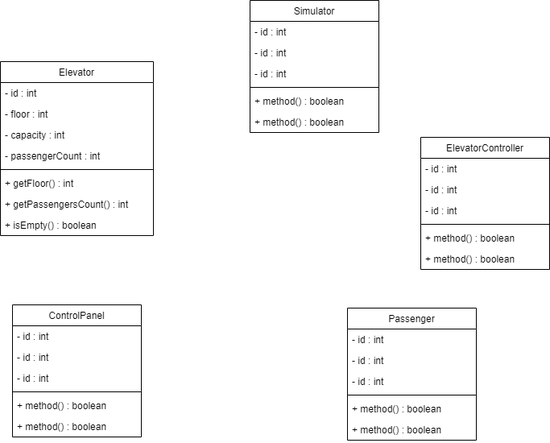
The draw.io diagram javaBasics-Patika.dev/oop/elevatorSimulationSystem.png in emreyldrm/Course, before a commit. Source tidied: cells renumbered, new cells last; positions are measured from the earlier drawing's top-left corner, leaving out a move shared by most shapes.
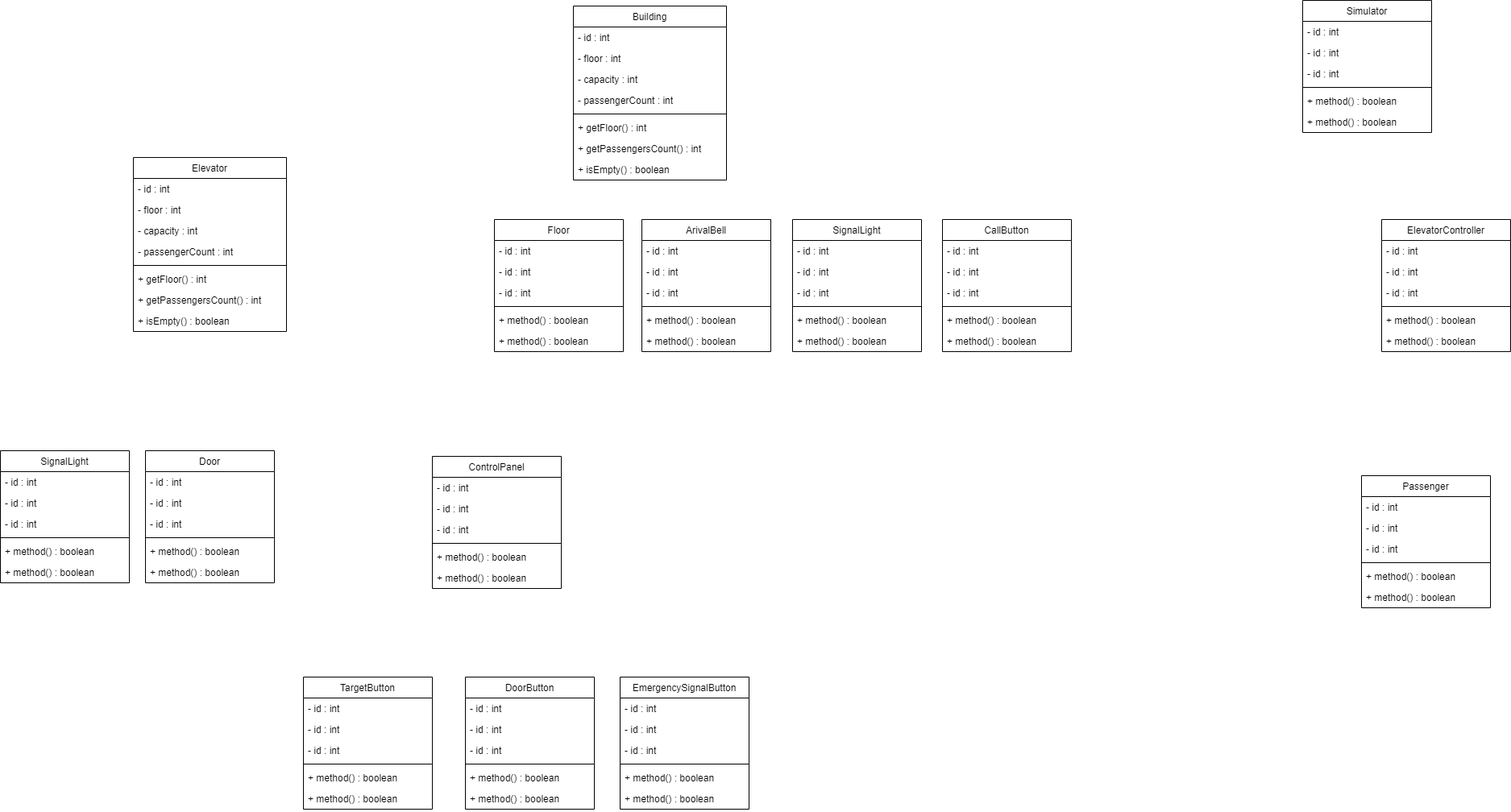
After the commit.

Commit message:
update elevator uml

What changed in the source:
```diff
@@ -3,7 +3,7 @@
     <mxCell id="0" />
     <mxCell id="1" parent="0" />
     <mxCell id="2" value="Elevator" style="swimlane;fontStyle=0;align=center;verticalAlign=top;horizontal=1;startSize=26;rounded=0;shadow=0;strokeWidth=1;" parent="1" vertex="1">
-      <mxGeometry y="76" width="190" height="216" as="geometry" />
+      <mxGeometry x="-795" y="-12" width="190" height="216" as="geometry" />
     </mxCell>
     <mxCell id="3" value="- id : int" style="text;align=left;verticalAlign=top;spacingLeft=4;spacingRight=4;overflow=hidden;" parent="2" vertex="1">
       <mxGeometry y="26" width="190" height="26" as="geometry" />
@@ -30,7 +30,7 @@
       <mxGeometry y="190" width="190" height="26" as="geometry" />
     </mxCell>
     <mxCell id="11" value="Passenger" style="swimlane;fontStyle=0;align=center;verticalAlign=top;horizontal=1;startSize=26;rounded=0;shadow=0;strokeWidth=1;" parent="1" vertex="1">
-      <mxGeometry x="431" y="382" width="160" height="164" as="geometry" />
+      <mxGeometry x="729" y="383" width="160" height="164" as="geometry" />
     </mxCell>
     <mxCell id="12" value="- id : int" style="text;align=left;verticalAlign=top;spacingLeft=4;spacingRight=4;overflow=hidden;" parent="11" vertex="1">
       <mxGeometry y="26" width="160" height="26" as="geometry" />
@@ -51,7 +51,7 @@
       <mxGeometry y="138" width="160" height="26" as="geometry" />
     </mxCell>
     <mxCell id="18" value="ControlPanel" style="swimlane;fontStyle=0;align=center;verticalAlign=top;horizontal=1;startSize=26;rounded=0;shadow=0;strokeWidth=1;" parent="1" vertex="1">
-      <mxGeometry x="15" y="378" width="160" height="164" as="geometry" />
+      <mxGeometry x="-424" y="359" width="160" height="164" as="geometry" />
     </mxCell>
     <mxCell id="19" value="- id : int" style="text;align=left;verticalAlign=top;spacingLeft=4;spacingRight=4;overflow=hidden;" parent="18" vertex="1">
       <mxGeometry y="26" width="160" height="26" as="geometry" />
@@ -72,7 +72,7 @@
       <mxGeometry y="138" width="160" height="26" as="geometry" />
     </mxCell>
     <mxCell id="25" value="ElevatorController" style="swimlane;fontStyle=0;align=center;verticalAlign=top;horizontal=1;startSize=26;rounded=0;shadow=0;strokeWidth=1;" parent="1" vertex="1">
-      <mxGeometry x="522" y="170" width="160" height="164" as="geometry" />
+      <mxGeometry x="754" y="65" width="160" height="164" as="geometry" />
     </mxCell>
     <mxCell id="26" value="- id : int" style="text;align=left;verticalAlign=top;spacingLeft=4;spacingRight=4;overflow=hidden;" parent="25" vertex="1">
       <mxGeometry y="26" width="160" height="26" as="geometry" />
@@ -93,7 +93,7 @@
       <mxGeometry y="138" width="160" height="26" as="geometry" />
     </mxCell>
     <mxCell id="32" value="Simulator" style="swimlane;fontStyle=0;align=center;verticalAlign=top;horizontal=1;startSize=26;rounded=0;shadow=0;strokeWidth=1;" parent="1" vertex="1">
-      <mxGeometry x="310" width="160" height="164" as="geometry" />
+      <mxGeometry x="656" y="-207" width="160" height="164" as="geometry" />
     </mxCell>
     <mxCell id="33" value="- id : int" style="text;align=left;verticalAlign=top;spacingLeft=4;spacingRight=4;overflow=hidden;" parent="32" vertex="1">
       <mxGeometry y="26" width="160" height="26" as="geometry" />
@@ -113,5 +113,221 @@
     <mxCell id="38" value="+ method() : boolean" style="text;align=left;verticalAlign=top;spacingLeft=4;spacingRight=4;overflow=hidden;" parent="32" vertex="1">
       <mxGeometry y="138" width="160" height="26" as="geometry" />
     </mxCell>
+    <mxCell id="39" value="SignalLight" style="swimlane;fontStyle=0;align=center;verticalAlign=top;horizontal=1;startSize=26;rounded=0;shadow=0;strokeWidth=1;" parent="1" vertex="1">
+      <mxGeometry x="-960" y="352" width="160" height="164" as="geometry" />
+    </mxCell>
+    <mxCell id="40" value="- id : int" style="text;align=left;verticalAlign=top;spacingLeft=4;spacingRight=4;overflow=hidden;" parent="39" vertex="1">
+      <mxGeometry y="26" width="160" height="26" as="geometry" />
+    </mxCell>
+    <mxCell id="41" value="- id : int" style="text;align=left;verticalAlign=top;spacingLeft=4;spacingRight=4;overflow=hidden;" parent="39" vertex="1">
+      <mxGeometry y="52" width="160" height="26" as="geometry" />
+    </mxCell>
+    <mxCell id="42" value="- id : int" style="text;align=left;verticalAlign=top;spacingLeft=4;spacingRight=4;overflow=hidden;" parent="39" vertex="1">
+      <mxGeometry y="78" width="160" height="26" as="geometry" />
+    </mxCell>
+    <mxCell id="43" style="line;html=1;strokeWidth=1;align=left;verticalAlign=middle;spacingTop=-1;spacingLeft=3;spacingRight=3;labelPosition=right;" parent="39" vertex="1">
+      <mxGeometry y="104" width="160" height="8" as="geometry" />
+    </mxCell>
+    <mxCell id="44" value="+ method() : boolean" style="text;align=left;verticalAlign=top;spacingLeft=4;spacingRight=4;overflow=hidden;" parent="39" vertex="1">
+      <mxGeometry y="112" width="160" height="26" as="geometry" />
+    </mxCell>
+    <mxCell id="45" value="+ method() : boolean" style="text;align=left;verticalAlign=top;spacingLeft=4;spacingRight=4;overflow=hidden;" parent="39" vertex="1">
+      <mxGeometry y="138" width="160" height="26" as="geometry" />
+    </mxCell>
+    <mxCell id="46" value="Door" style="swimlane;fontStyle=0;align=center;verticalAlign=top;horizontal=1;startSize=26;rounded=0;shadow=0;strokeWidth=1;" parent="1" vertex="1">
+      <mxGeometry x="-780" y="352" width="160" height="164" as="geometry" />
+    </mxCell>
+    <mxCell id="47" value="- id : int" style="text;align=left;verticalAlign=top;spacingLeft=4;spacingRight=4;overflow=hidden;" parent="46" vertex="1">
+      <mxGeometry y="26" width="160" height="26" as="geometry" />
+    </mxCell>
+    <mxCell id="48" value="- id : int" style="text;align=left;verticalAlign=top;spacingLeft=4;spacingRight=4;overflow=hidden;" parent="46" vertex="1">
+      <mxGeometry y="52" width="160" height="26" as="geometry" />
+    </mxCell>
+    <mxCell id="49" value="- id : int" style="text;align=left;verticalAlign=top;spacingLeft=4;spacingRight=4;overflow=hidden;" parent="46" vertex="1">
+      <mxGeometry y="78" width="160" height="26" as="geometry" />
+    </mxCell>
+    <mxCell id="50" style="line;html=1;strokeWidth=1;align=left;verticalAlign=middle;spacingTop=-1;spacingLeft=3;spacingRight=3;labelPosition=right;" parent="46" vertex="1">
+      <mxGeometry y="104" width="160" height="8" as="geometry" />
+    </mxCell>
+    <mxCell id="51" value="+ method() : boolean" style="text;align=left;verticalAlign=top;spacingLeft=4;spacingRight=4;overflow=hidden;" parent="46" vertex="1">
+      <mxGeometry y="112" width="160" height="26" as="geometry" />
+    </mxCell>
+    <mxCell id="52" value="+ method() : boolean" style="text;align=left;verticalAlign=top;spacingLeft=4;spacingRight=4;overflow=hidden;" parent="46" vertex="1">
+      <mxGeometry y="138" width="160" height="26" as="geometry" />
+    </mxCell>
+    <mxCell id="53" value="Building" style="swimlane;fontStyle=0;align=center;verticalAlign=top;horizontal=1;startSize=26;rounded=0;shadow=0;strokeWidth=1;" parent="1" vertex="1">
+      <mxGeometry x="-249" y="-200" width="190" height="216" as="geometry" />
+    </mxCell>
+    <mxCell id="54" value="- id : int" style="text;align=left;verticalAlign=top;spacingLeft=4;spacingRight=4;overflow=hidden;" parent="53" vertex="1">
+      <mxGeometry y="26" width="190" height="26" as="geometry" />
+    </mxCell>
+    <mxCell id="55" value="- floor : int" style="text;align=left;verticalAlign=top;spacingLeft=4;spacingRight=4;overflow=hidden;" parent="53" vertex="1">
+      <mxGeometry y="52" width="190" height="26" as="geometry" />
+    </mxCell>
+    <mxCell id="56" value="- capacity : int" style="text;align=left;verticalAlign=top;spacingLeft=4;spacingRight=4;overflow=hidden;" parent="53" vertex="1">
+      <mxGeometry y="78" width="190" height="26" as="geometry" />
+    </mxCell>
+    <mxCell id="57" value="- passengerCount : int" style="text;align=left;verticalAlign=top;spacingLeft=4;spacingRight=4;overflow=hidden;" parent="53" vertex="1">
+      <mxGeometry y="104" width="190" height="26" as="geometry" />
+    </mxCell>
+    <mxCell id="58" style="line;html=1;strokeWidth=1;align=left;verticalAlign=middle;spacingTop=-1;spacingLeft=3;spacingRight=3;labelPosition=right;" parent="53" vertex="1">
+      <mxGeometry y="130" width="190" height="8" as="geometry" />
+    </mxCell>
+    <mxCell id="59" value="+ getFloor() : int" style="text;align=left;verticalAlign=top;spacingLeft=4;spacingRight=4;overflow=hidden;" parent="53" vertex="1">
+      <mxGeometry y="138" width="190" height="26" as="geometry" />
+    </mxCell>
+    <mxCell id="60" value="+ getPassengersCount() : int" style="text;align=left;verticalAlign=top;spacingLeft=4;spacingRight=4;overflow=hidden;" parent="53" vertex="1">
+      <mxGeometry y="164" width="190" height="26" as="geometry" />
+    </mxCell>
+    <mxCell id="61" value="+ isEmpty() : boolean" style="text;align=left;verticalAlign=top;spacingLeft=4;spacingRight=4;overflow=hidden;" parent="53" vertex="1">
+      <mxGeometry y="190" width="190" height="26" as="geometry" />
+    </mxCell>
+    <mxCell id="62" value="Floor" style="swimlane;fontStyle=0;align=center;verticalAlign=top;horizontal=1;startSize=26;rounded=0;shadow=0;strokeWidth=1;" parent="1" vertex="1">
+      <mxGeometry x="-347" y="65" width="160" height="164" as="geometry" />
+    </mxCell>
+    <mxCell id="63" value="- id : int" style="text;align=left;verticalAlign=top;spacingLeft=4;spacingRight=4;overflow=hidden;" parent="62" vertex="1">
+      <mxGeometry y="26" width="160" height="26" as="geometry" />
+    </mxCell>
+    <mxCell id="64" value="- id : int" style="text;align=left;verticalAlign=top;spacingLeft=4;spacingRight=4;overflow=hidden;" parent="62" vertex="1">
+      <mxGeometry y="52" width="160" height="26" as="geometry" />
+    </mxCell>
+    <mxCell id="65" value="- id : int" style="text;align=left;verticalAlign=top;spacingLeft=4;spacingRight=4;overflow=hidden;" parent="62" vertex="1">
+      <mxGeometry y="78" width="160" height="26" as="geometry" />
+    </mxCell>
+    <mxCell id="66" style="line;html=1;strokeWidth=1;align=left;verticalAlign=middle;spacingTop=-1;spacingLeft=3;spacingRight=3;labelPosition=right;" parent="62" vertex="1">
+      <mxGeometry y="104" width="160" height="8" as="geometry" />
+    </mxCell>
+    <mxCell id="67" value="+ method() : boolean" style="text;align=left;verticalAlign=top;spacingLeft=4;spacingRight=4;overflow=hidden;" parent="62" vertex="1">
+      <mxGeometry y="112" width="160" height="26" as="geometry" />
+    </mxCell>
+    <mxCell id="68" value="+ method() : boolean" style="text;align=left;verticalAlign=top;spacingLeft=4;spacingRight=4;overflow=hidden;" parent="62" vertex="1">
+      <mxGeometry y="138" width="160" height="26" as="geometry" />
+    </mxCell>
+    <mxCell id="69" value="TargetButton" style="swimlane;fontStyle=0;align=center;verticalAlign=top;horizontal=1;startSize=26;rounded=0;shadow=0;strokeWidth=1;" parent="1" vertex="1">
+      <mxGeometry x="-584" y="633" width="160" height="164" as="geometry" />
+    </mxCell>
+    <mxCell id="70" value="- id : int" style="text;align=left;verticalAlign=top;spacingLeft=4;spacingRight=4;overflow=hidden;" parent="69" vertex="1">
+      <mxGeometry y="26" width="160" height="26" as="geometry" />
+    </mxCell>
+    <mxCell id="71" value="- id : int" style="text;align=left;verticalAlign=top;spacingLeft=4;spacingRight=4;overflow=hidden;" parent="69" vertex="1">
+      <mxGeometry y="52" width="160" height="26" as="geometry" />
+    </mxCell>
+    <mxCell id="72" value="- id : int" style="text;align=left;verticalAlign=top;spacingLeft=4;spacingRight=4;overflow=hidden;" parent="69" vertex="1">
+      <mxGeometry y="78" width="160" height="26" as="geometry" />
+    </mxCell>
+    <mxCell id="73" style="line;html=1;strokeWidth=1;align=left;verticalAlign=middle;spacingTop=-1;spacingLeft=3;spacingRight=3;labelPosition=right;" parent="69" vertex="1">
+      <mxGeometry y="104" width="160" height="8" as="geometry" />
+    </mxCell>
+    <mxCell id="74" value="+ method() : boolean" style="text;align=left;verticalAlign=top;spacingLeft=4;spacingRight=4;overflow=hidden;" parent="69" vertex="1">
+      <mxGeometry y="112" width="160" height="26" as="geometry" />
+    </mxCell>
+    <mxCell id="75" value="+ method() : boolean" style="text;align=left;verticalAlign=top;spacingLeft=4;spacingRight=4;overflow=hidden;" parent="69" vertex="1">
+      <mxGeometry y="138" width="160" height="26" as="geometry" />
+    </mxCell>
+    <mxCell id="76" value="DoorButton" style="swimlane;fontStyle=0;align=center;verticalAlign=top;horizontal=1;startSize=26;rounded=0;shadow=0;strokeWidth=1;" parent="1" vertex="1">
+      <mxGeometry x="-383" y="633" width="160" height="164" as="geometry" />
+    </mxCell>
+    <mxCell id="77" value="- id : int" style="text;align=left;verticalAlign=top;spacingLeft=4;spacingRight=4;overflow=hidden;" parent="76" vertex="1">
+      <mxGeometry y="26" width="160" height="26" as="geometry" />
+    </mxCell>
+    <mxCell id="78" value="- id : int" style="text;align=left;verticalAlign=top;spacingLeft=4;spacingRight=4;overflow=hidden;" parent="76" vertex="1">
+      <mxGeometry y="52" width="160" height="26" as="geometry" />
+    </mxCell>
+    <mxCell id="79" value="- id : int" style="text;align=left;verticalAlign=top;spacingLeft=4;spacingRight=4;overflow=hidden;" parent="76" vertex="1">
+      <mxGeometry y="78" width="160" height="26" as="geometry" />
+    </mxCell>
+    <mxCell id="80" style="line;html=1;strokeWidth=1;align=left;verticalAlign=middle;spacingTop=-1;spacingLeft=3;spacingRight=3;labelPosition=right;" parent="76" vertex="1">
+      <mxGeometry y="104" width="160" height="8" as="geometry" />
+    </mxCell>
+    <mxCell id="81" value="+ method() : boolean" style="text;align=left;verticalAlign=top;spacingLeft=4;spacingRight=4;overflow=hidden;" parent="76" vertex="1">
+      <mxGeometry y="112" width="160" height="26" as="geometry" />
+    </mxCell>
+    <mxCell id="82" value="+ method() : boolean" style="text;align=left;verticalAlign=top;spacingLeft=4;spacingRight=4;overflow=hidden;" parent="76" vertex="1">
+      <mxGeometry y="138" width="160" height="26" as="geometry" />
+    </mxCell>
+    <mxCell id="83" value="EmergencySignalButton" style="swimlane;fontStyle=0;align=center;verticalAlign=top;horizontal=1;startSize=26;rounded=0;shadow=0;strokeWidth=1;" parent="1" vertex="1">
+      <mxGeometry x="-191" y="633" width="160" height="164" as="geometry" />
+    </mxCell>
+    <mxCell id="84" value="- id : int" style="text;align=left;verticalAlign=top;spacingLeft=4;spacingRight=4;overflow=hidden;" parent="83" vertex="1">
+      <mxGeometry y="26" width="160" height="26" as="geometry" />
+    </mxCell>
+    <mxCell id="85" value="- id : int" style="text;align=left;verticalAlign=top;spacingLeft=4;spacingRight=4;overflow=hidden;" parent="83" vertex="1">
+      <mxGeometry y="52" width="160" height="26" as="geometry" />
+    </mxCell>
+    <mxCell id="86" value="- id : int" style="text;align=left;verticalAlign=top;spacingLeft=4;spacingRight=4;overflow=hidden;" parent="83" vertex="1">
+      <mxGeometry y="78" width="160" height="26" as="geometry" />
+    </mxCell>
+    <mxCell id="87" style="line;html=1;strokeWidth=1;align=left;verticalAlign=middle;spacingTop=-1;spacingLeft=3;spacingRight=3;labelPosition=right;" parent="83" vertex="1">
+      <mxGeometry y="104" width="160" height="8" as="geometry" />
+    </mxCell>
+    <mxCell id="88" value="+ method() : boolean" style="text;align=left;verticalAlign=top;spacingLeft=4;spacingRight=4;overflow=hidden;" parent="83" vertex="1">
+      <mxGeometry y="112" width="160" height="26" as="geometry" />
+    </mxCell>
+    <mxCell id="89" value="+ method() : boolean" style="text;align=left;verticalAlign=top;spacingLeft=4;spacingRight=4;overflow=hidden;" parent="83" vertex="1">
+      <mxGeometry y="138" width="160" height="26" as="geometry" />
+    </mxCell>
+    <mxCell id="90" value="ArivalBell" style="swimlane;fontStyle=0;align=center;verticalAlign=top;horizontal=1;startSize=26;rounded=0;shadow=0;strokeWidth=1;" parent="1" vertex="1">
+      <mxGeometry x="-164" y="65" width="160" height="164" as="geometry" />
+    </mxCell>
+    <mxCell id="91" value="- id : int" style="text;align=left;verticalAlign=top;spacingLeft=4;spacingRight=4;overflow=hidden;" parent="90" vertex="1">
+      <mxGeometry y="26" width="160" height="26" as="geometry" />
+    </mxCell>
+    <mxCell id="92" value="- id : int" style="text;align=left;verticalAlign=top;spacingLeft=4;spacingRight=4;overflow=hidden;" parent="90" vertex="1">
+      <mxGeometry y="52" width="160" height="26" as="geometry" />
+    </mxCell>
+    <mxCell id="93" value="- id : int" style="text;align=left;verticalAlign=top;spacingLeft=4;spacingRight=4;overflow=hidden;" parent="90" vertex="1">
+      <mxGeometry y="78" width="160" height="26" as="geometry" />
+    </mxCell>
+    <mxCell id="94" style="line;html=1;strokeWidth=1;align=left;verticalAlign=middle;spacingTop=-1;spacingLeft=3;spacingRight=3;labelPosition=right;" parent="90" vertex="1">
+      <mxGeometry y="104" width="160" height="8" as="geometry" />
+    </mxCell>
+    <mxCell id="95" value="+ method() : boolean" style="text;align=left;verticalAlign=top;spacingLeft=4;spacingRight=4;overflow=hidden;" parent="90" vertex="1">
+      <mxGeometry y="112" width="160" height="26" as="geometry" />
+    </mxCell>
+    <mxCell id="96" value="+ method() : boolean" style="text;align=left;verticalAlign=top;spacingLeft=4;spacingRight=4;overflow=hidden;" parent="90" vertex="1">
+      <mxGeometry y="138" width="160" height="26" as="geometry" />
+    </mxCell>
+    <mxCell id="97" value="SignalLight" style="swimlane;fontStyle=0;align=center;verticalAlign=top;horizontal=1;startSize=26;rounded=0;shadow=0;strokeWidth=1;" parent="1" vertex="1">
+      <mxGeometry x="23" y="65" width="160" height="164" as="geometry" />
+    </mxCell>
+    <mxCell id="98" value="- id : int" style="text;align=left;verticalAlign=top;spacingLeft=4;spacingRight=4;overflow=hidden;" parent="97" vertex="1">
+      <mxGeometry y="26" width="160" height="26" as="geometry" />
+    </mxCell>
+    <mxCell id="99" value="- id : int" style="text;align=left;verticalAlign=top;spacingLeft=4;spacingRight=4;overflow=hidden;" parent="97" vertex="1">
+      <mxGeometry y="52" width="160" height="26" as="geometry" />
+    </mxCell>
+    <mxCell id="100" value="- id : int" style="text;align=left;verticalAlign=top;spacingLeft=4;spacingRight=4;overflow=hidden;" parent="97" vertex="1">
+      <mxGeometry y="78" width="160" height="26" as="geometry" />
+    </mxCell>
+    <mxCell id="101" style="line;html=1;strokeWidth=1;align=left;verticalAlign=middle;spacingTop=-1;spacingLeft=3;spacingRight=3;labelPosition=right;" parent="97" vertex="1">
+      <mxGeometry y="104" width="160" height="8" as="geometry" />
+    </mxCell>
+    <mxCell id="102" value="+ method() : boolean" style="text;align=left;verticalAlign=top;spacingLeft=4;spacingRight=4;overflow=hidden;" parent="97" vertex="1">
+      <mxGeometry y="112" width="160" height="26" as="geometry" />
+    </mxCell>
+    <mxCell id="103" value="+ method() : boolean" style="text;align=left;verticalAlign=top;spacingLeft=4;spacingRight=4;overflow=hidden;" parent="97" vertex="1">
+      <mxGeometry y="138" width="160" height="26" as="geometry" />
+    </mxCell>
+    <mxCell id="104" value="CallButton" style="swimlane;fontStyle=0;align=center;verticalAlign=top;horizontal=1;startSize=26;rounded=0;shadow=0;strokeWidth=1;" parent="1" vertex="1">
+      <mxGeometry x="209" y="65" width="160" height="164" as="geometry" />
+    </mxCell>
+    <mxCell id="105" value="- id : int" style="text;align=left;verticalAlign=top;spacingLeft=4;spacingRight=4;overflow=hidden;" parent="104" vertex="1">
+      <mxGeometry y="26" width="160" height="26" as="geometry" />
+    </mxCell>
+    <mxCell id="106" value="- id : int" style="text;align=left;verticalAlign=top;spacingLeft=4;spacingRight=4;overflow=hidden;" parent="104" vertex="1">
+      <mxGeometry y="52" width="160" height="26" as="geometry" />
+    </mxCell>
+    <mxCell id="107" value="- id : int" style="text;align=left;verticalAlign=top;spacingLeft=4;spacingRight=4;overflow=hidden;" parent="104" vertex="1">
+      <mxGeometry y="78" width="160" height="26" as="geometry" />
+    </mxCell>
+    <mxCell id="108" style="line;html=1;strokeWidth=1;align=left;verticalAlign=middle;spacingTop=-1;spacingLeft=3;spacingRight=3;labelPosition=right;" parent="104" vertex="1">
+      <mxGeometry y="104" width="160" height="8" as="geometry" />
+    </mxCell>
+    <mxCell id="109" value="+ method() : boolean" style="text;align=left;verticalAlign=top;spacingLeft=4;spacingRight=4;overflow=hidden;" parent="104" vertex="1">
+      <mxGeometry y="112" width="160" height="26" as="geometry" />
+    </mxCell>
+    <mxCell id="110" value="+ method() : boolean" style="text;align=left;verticalAlign=top;spacingLeft=4;spacingRight=4;overflow=hidden;" parent="104" vertex="1">
+      <mxGeometry y="138" width="160" height="26" as="geometry" />
+    </mxCell>
   </root>
 </mxGraphModel>
```
